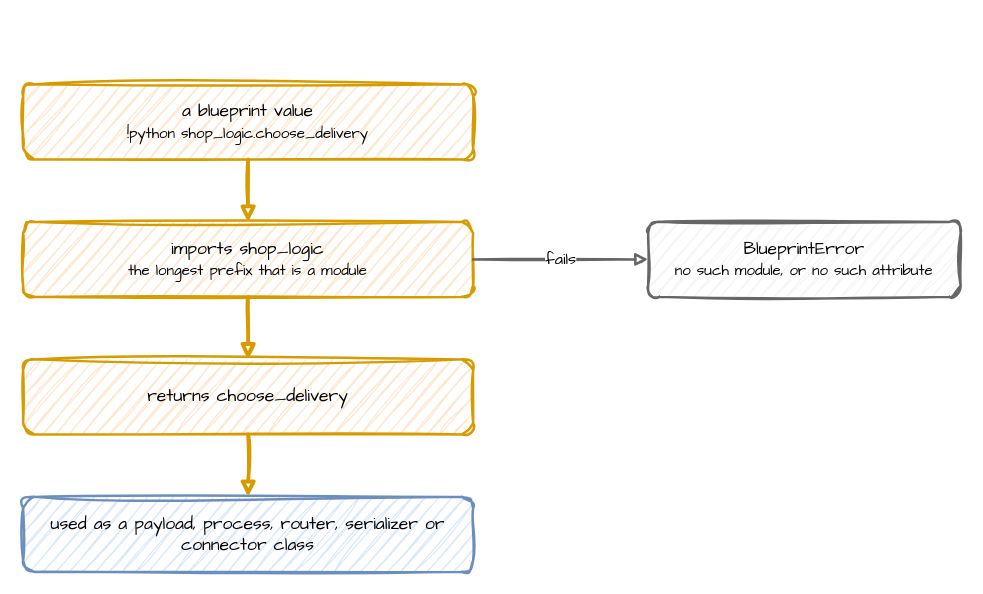
jaehyeon-kim/desflow keeps this draw.io diagram as docs/assets/diagrams/python-reference.drawio. Above is the earlier version. Source tidied: cells renumbered, new cells numbered last; positions are measured from the earlier drawing's top-left corner, leaving out a move shared by most shapes. Both pictures are drawn from the tidied source at 125%, with x=0, y=0 at pixel (22, 84).
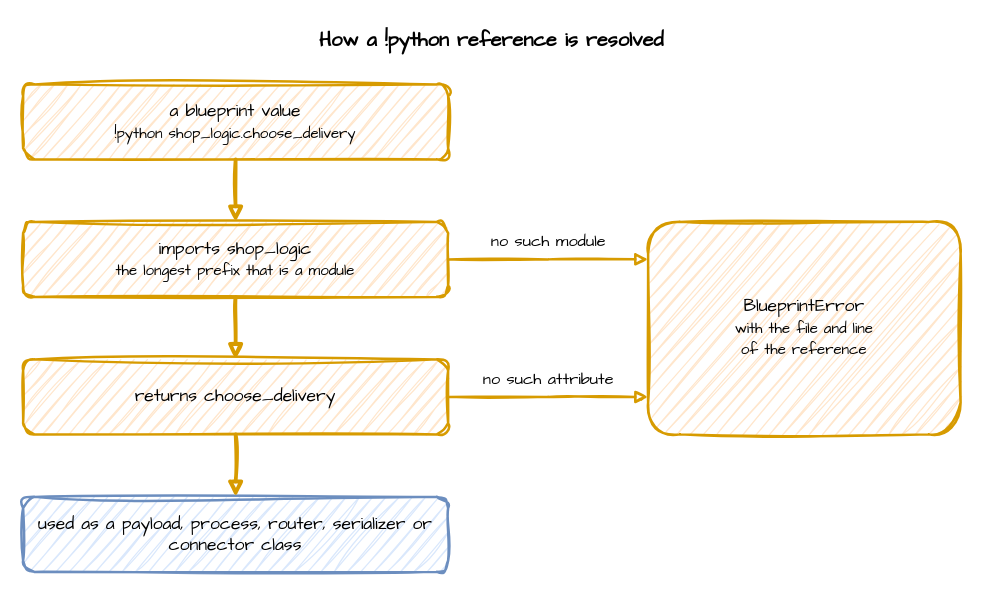
Above is the later version.

Change to the diagram source:
```diff
@@
 <mxGraphModel>
   <root>
     <mxCell id="0" />
     <mxCell id="1" parent="0" />
+    <mxCell id="11" value="How a !python reference is resolved" style="text;html=1;align=center;verticalAlign=middle;whiteSpace=wrap;fontFamily=Comic Sans MS;fontSize=16;fontStyle=1;" parent="1" vertex="1">
+      <mxGeometry y="-50" width="750" height="30" as="geometry" />
+    </mxCell>
     <mxCell id="2" value="a blueprint value&lt;br&gt;&lt;font style='font-size:12px'&gt;!python shop_logic.choose_delivery&lt;/font&gt;" style="rounded=1;whiteSpace=wrap;html=1;sketch=1;curveFitting=1;jiggle=2;fontFamily=Comic Sans MS;fontSize=14;fillColor=#ffe6cc;strokeColor=#d79b00;strokeWidth=2;" parent="1" vertex="1">
-      <mxGeometry width="360" height="60" as="geometry" />
+      <mxGeometry width="340" height="60" as="geometry" />
     </mxCell>
     <mxCell id="3" value="imports shop_logic&lt;br&gt;&lt;font style='font-size:12px'&gt;the longest prefix that is a module&lt;/font&gt;" style="rounded=1;whiteSpace=wrap;html=1;sketch=1;curveFitting=1;jiggle=2;fontFamily=Comic Sans MS;fontSize=14;fillColor=#ffe6cc;strokeColor=#d79b00;strokeWidth=2;" parent="1" vertex="1">
-      <mxGeometry y="110" width="360" height="60" as="geometry" />
+      <mxGeometry y="110" width="340" height="60" as="geometry" />
     </mxCell>
     <mxCell id="4" value="returns choose_delivery" style="rounded=1;whiteSpace=wrap;html=1;sketch=1;curveFitting=1;jiggle=2;fontFamily=Comic Sans MS;fontSize=14;fillColor=#ffe6cc;strokeColor=#d79b00;strokeWidth=2;" parent="1" vertex="1">
-      <mxGeometry y="220" width="360" height="60" as="geometry" />
+      <mxGeometry y="220" width="340" height="60" as="geometry" />
     </mxCell>
-    <mxCell id="5" value="BlueprintError&lt;br&gt;&lt;font style='font-size:12px'&gt;no such module, or no such attribute&lt;/font&gt;" style="rounded=1;whiteSpace=wrap;html=1;sketch=1;curveFitting=1;jiggle=2;fontFamily=Comic Sans MS;fontSize=14;fillColor=#f5f5f5;strokeColor=#666666;strokeWidth=2;" parent="1" vertex="1">
-      <mxGeometry x="500" y="110" width="250" height="60" as="geometry" />
+    <mxCell id="5" value="BlueprintError&lt;br&gt;&lt;font style='font-size:12px'&gt;with the file and line&lt;br&gt;of the reference&lt;/font&gt;" style="rounded=1;whiteSpace=wrap;html=1;sketch=1;curveFitting=1;jiggle=2;fontFamily=Comic Sans MS;fontSize=14;fillColor=#ffe6cc;strokeColor=#d79b00;strokeWidth=2;" parent="1" vertex="1">
+      <mxGeometry x="500" y="110" width="250" height="170" as="geometry" />
     </mxCell>
     <mxCell id="6" value="used as a payload, process, router, serializer or connector class" style="rounded=1;whiteSpace=wrap;html=1;sketch=1;curveFitting=1;jiggle=2;fontFamily=Comic Sans MS;fontSize=14;fillColor=#dae8fc;strokeColor=#6c8ebf;strokeWidth=2;" parent="1" vertex="1">
-      <mxGeometry y="330" width="360" height="60" as="geometry" />
+      <mxGeometry y="330" width="340" height="60" as="geometry" />
     </mxCell>
     <mxCell id="7" style="edgeStyle=orthogonalEdgeStyle;rounded=0;sketch=1;html=1;strokeWidth=3;endArrow=block;strokeColor=#d79b00;fontFamily=Comic Sans MS;fontSize=13;labelBackgroundColor=#ffffff;exitX=0.5;exitY=1;exitDx=0;exitDy=0;entryX=0.5;entryY=0;entryDx=0;entryDy=0;" parent="1" edge="1" source="2" target="3">
       <mxGeometry relative="1" as="geometry" />
     </mxCell>
     <mxCell id="8" style="edgeStyle=orthogonalEdgeStyle;rounded=0;sketch=1;html=1;strokeWidth=3;endArrow=block;strokeColor=#d79b00;fontFamily=Comic Sans MS;fontSize=13;labelBackgroundColor=#ffffff;exitX=0.5;exitY=1;exitDx=0;exitDy=0;entryX=0.5;entryY=0;entryDx=0;entryDy=0;" parent="1" edge="1" source="3" target="4">
       <mxGeometry relative="1" as="geometry" />
     </mxCell>
     <mxCell id="9" style="edgeStyle=orthogonalEdgeStyle;rounded=0;sketch=1;html=1;strokeWidth=3;endArrow=block;strokeColor=#d79b00;fontFamily=Comic Sans MS;fontSize=13;labelBackgroundColor=#ffffff;exitX=0.5;exitY=1;exitDx=0;exitDy=0;entryX=0.5;entryY=0;entryDx=0;entryDy=0;" parent="1" edge="1" source="4" target="6">
       <mxGeometry relative="1" as="geometry" />
     </mxCell>
-    <mxCell id="10" value="fails" style="edgeStyle=orthogonalEdgeStyle;rounded=0;sketch=1;html=1;strokeWidth=2;endArrow=block;strokeColor=#666666;fontFamily=Comic Sans MS;fontSize=13;labelBackgroundColor=#ffffff;exitX=1;exitY=0.5;exitDx=0;exitDy=0;entryX=0;entryY=0.5;entryDx=0;entryDy=0;" parent="1" edge="1" source="3" target="5">
-      <mxGeometry relative="1" as="geometry" />
+    <mxCell id="10" value="no such module" style="edgeStyle=orthogonalEdgeStyle;rounded=0;sketch=1;html=1;strokeWidth=2;endArrow=block;strokeColor=#d79b00;fontFamily=Comic Sans MS;fontSize=13;labelBackgroundColor=#ffffff;exitX=1;exitY=0.5;exitDx=0;exitDy=0;entryX=0;entryY=0.176;entryDx=0;entryDy=0;" parent="1" edge="1" source="3" target="5">
+      <mxGeometry relative="1" as="geometry">
+        <mxPoint y="-14" as="offset" />
+      </mxGeometry>
     </mxCell>
+    <mxCell id="12" value="no such attribute" style="edgeStyle=orthogonalEdgeStyle;rounded=0;sketch=1;html=1;strokeWidth=2;endArrow=block;strokeColor=#d79b00;fontFamily=Comic Sans MS;fontSize=13;labelBackgroundColor=#ffffff;exitX=1;exitY=0.5;exitDx=0;exitDy=0;entryX=0;entryY=0.824;entryDx=0;entryDy=0;" parent="1" edge="1" source="4" target="5">
+      <mxGeometry relative="1" as="geometry">
+        <mxPoint y="-14" as="offset" />
+      </mxGeometry>
+    </mxCell>
   </root>
 </mxGraphModel>
```
